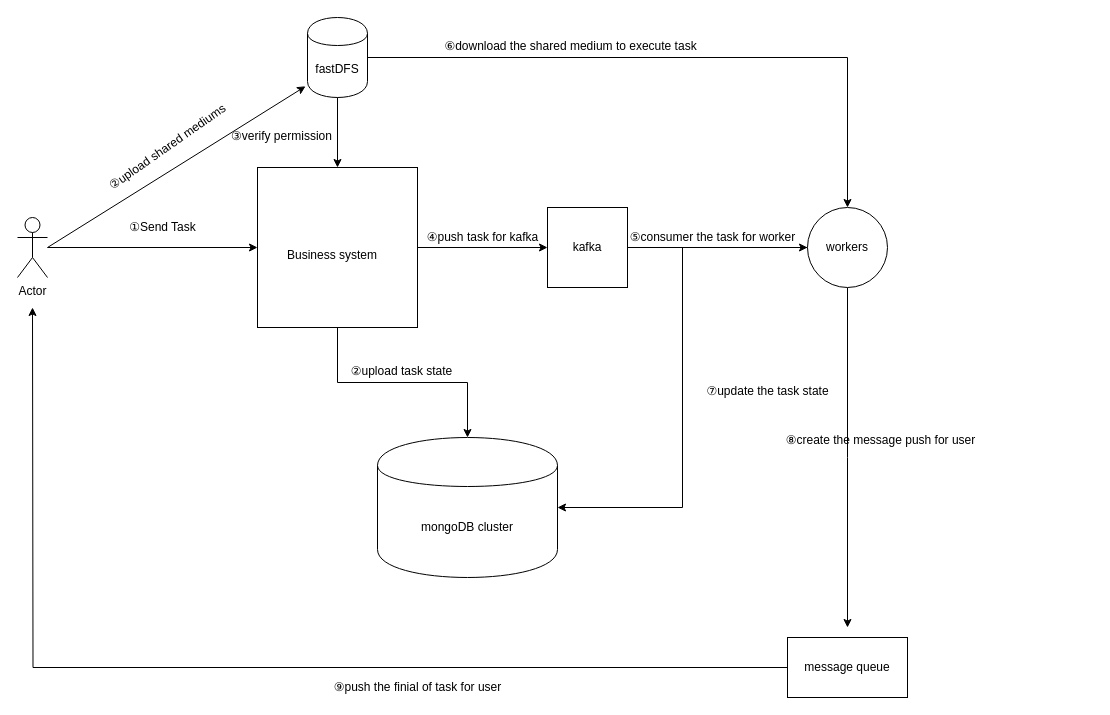
Earlier version of the draw.io diagram design/core design.drawio (JBossBC/SlowWalker). Source tidied: cells renumbered, new cells numbered last; positions are measured from the earlier drawing's top-left corner, leaving out a move shared by most shapes. Both pictures are drawn from the tidied source at 100%, with x=0, y=0 at pixel (17, 17).
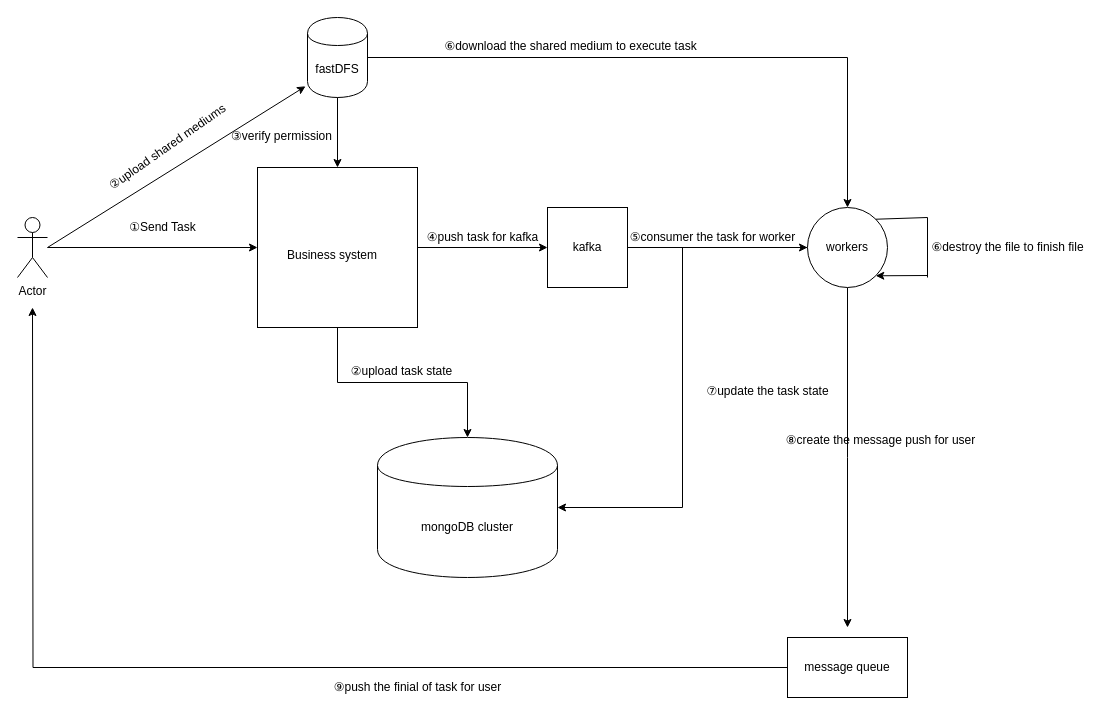
The same page after the edit.

The change refers to these unchanged cells:
```xml
<mxCell id="16" value="workers" style="ellipse;whiteSpace=wrap;html=1;" parent="1" vertex="1">
  <mxGeometry x="790" y="190" width="80" height="80" as="geometry" />
</mxCell>
```

The edit, as a diff of the source:
```diff
@@
+    <mxCell id="29" style="endArrow=none;html=1;entryX=1;entryY=0;entryDx=0;entryDy=0;" parent="1" edge="1" target="16">
+      <mxGeometry relative="1" as="geometry">
+        <mxPoint x="910" y="200" as="sourcePoint" />
+      </mxGeometry>
+    </mxCell>
+    <mxCell id="30" style="endArrow=none;html=1;" parent="1" edge="1">
+      <mxGeometry relative="1" as="geometry">
+        <mxPoint x="910" y="260" as="sourcePoint" />
+        <mxPoint x="910" y="200" as="targetPoint" />
+      </mxGeometry>
+    </mxCell>
+    <mxCell id="31" style="endArrow=classic;html=1;entryX=1;entryY=1;entryDx=0;entryDy=0;" parent="1" edge="1" target="16">
+      <mxGeometry relative="1" as="geometry">
+        <mxPoint x="910" y="258" as="sourcePoint" />
+      </mxGeometry>
+    </mxCell>
+    <mxCell id="32" value="⑥destroy the file to finish file" style="text;html=1;align=center;verticalAlign=middle;" parent="1" vertex="1">
+      <mxGeometry x="905" y="220" width="170" height="20" as="geometry" />
+    </mxCell>
```
